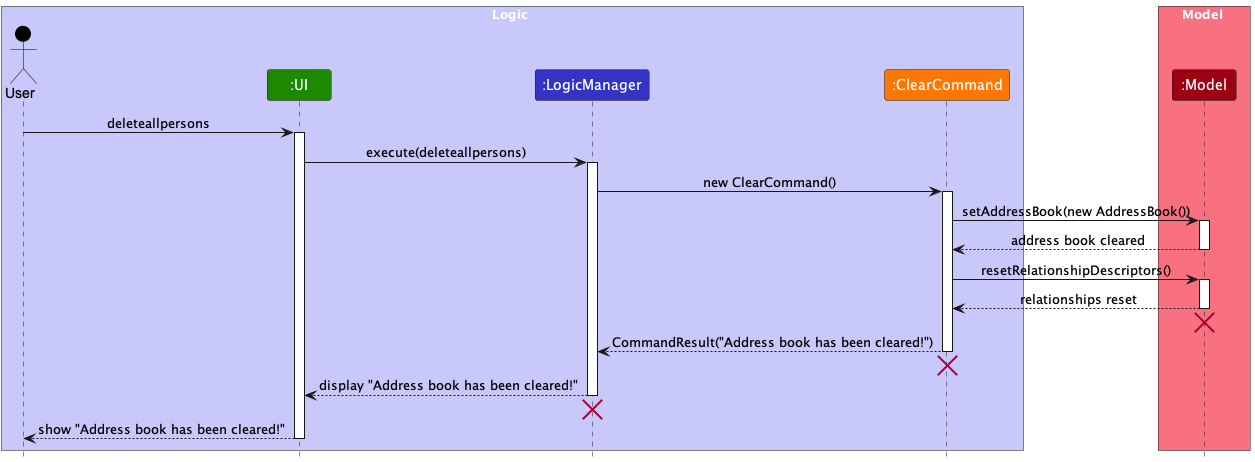
Before: docs/images/ClearSequenceDiagram.png, a diagram exported from PlantUML (Emberlynn-Loo/tp).
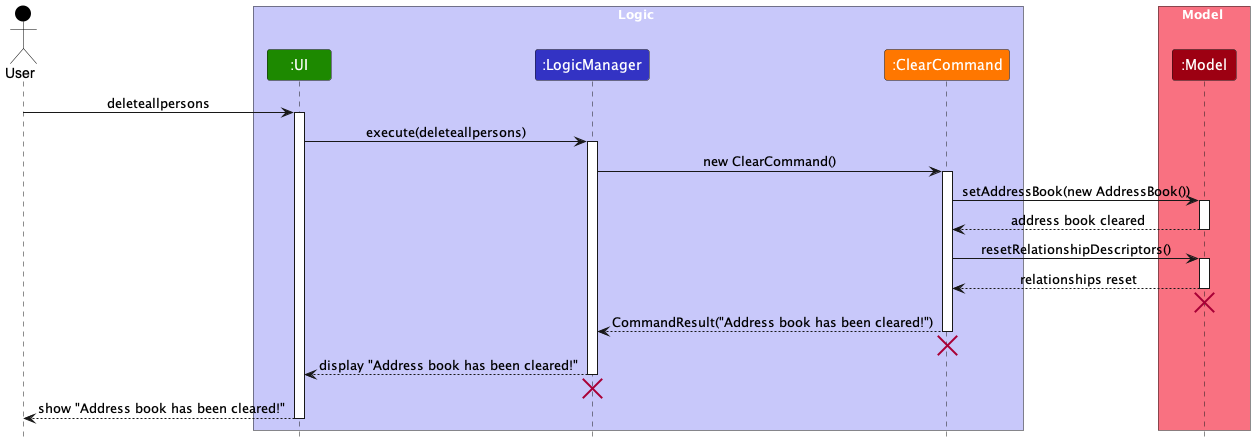
Later version of the same file.

Change to the diagram source:
```diff
@@ -3,8 +3,8 @@
 skinparam ArrowFontStyle plain
 !define CLEARCOMMAND_COLOR #FF7700
 
+actor User as user USER_COLOR
 box Logic LOGIC_COLOR_T1
-actor User as user USER_COLOR
 participant ":UI" as ui UI_COLOR
 participant ":LogicManager" as logic LOGIC_COLOR
 participant ":ClearCommand" as clearCommand CLEARCOMMAND_COLOR
```
